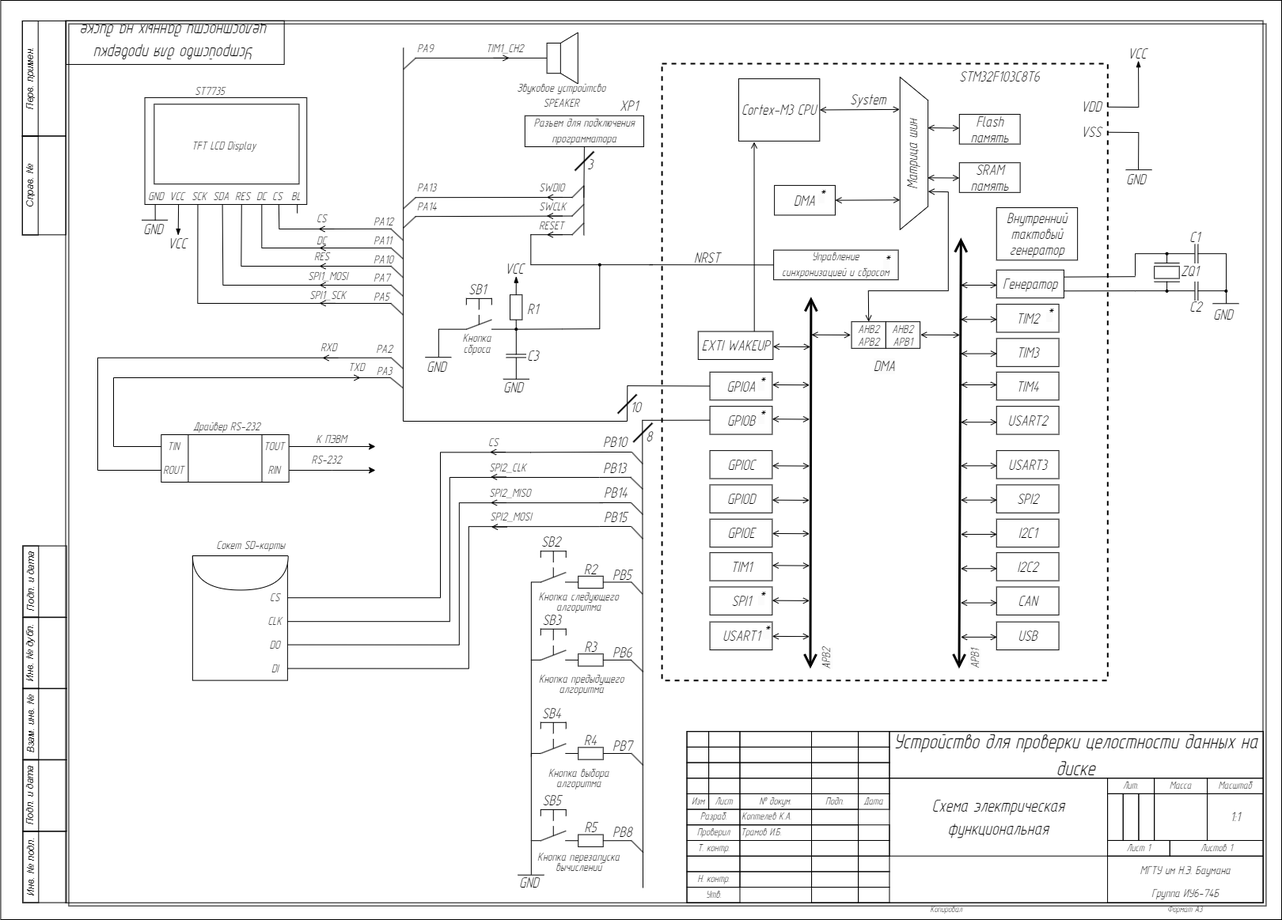
Before: scheme/image/functional_scheme.drawio.png, a diagram exported from draw.io (kiryuha21/KoptelevKA.ICS6-74B.2023). Source tidied: cells renumbered, new cells last; positions are measured from the earlier drawing's top-left corner, leaving out a move shared by most shapes.
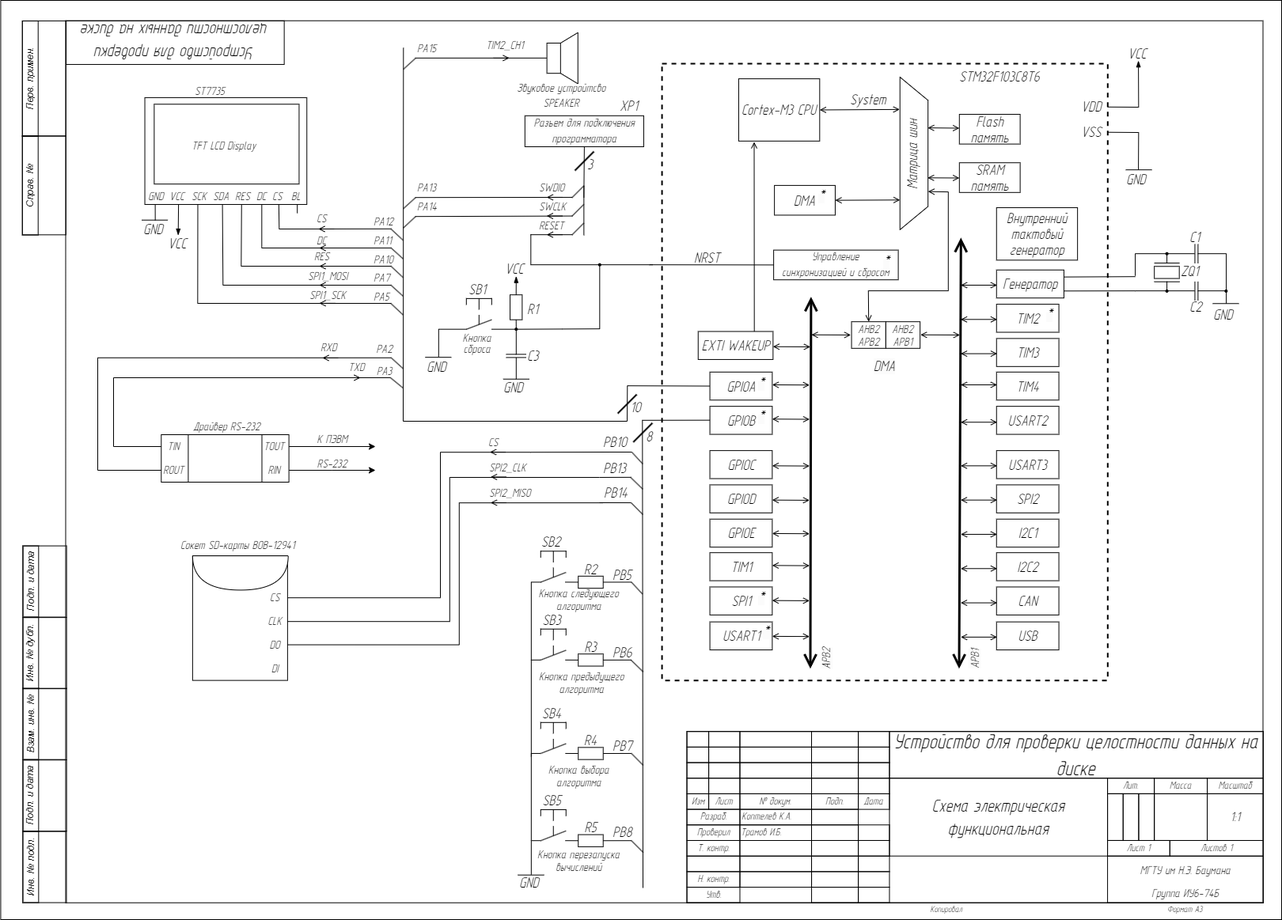
After the change.

Change to the diagram source:
```diff
@@ -432,7 +432,7 @@
         <mxPoint x="559.7" y="73" as="targetPoint" />
       </mxGeometry>
     </mxCell>
-    <mxCell id="120" value="&lt;div style=&quot;text-align: center;&quot;&gt;&lt;font face=&quot;GOSTRUS Type A&quot;&gt;&lt;span style=&quot;font-size: 16px;&quot;&gt;PA9&lt;/span&gt;&lt;/font&gt;&lt;/div&gt;" style="text;whiteSpace=wrap;html=1;fontStyle=2;" parent="1" vertex="1">
+    <mxCell id="120" value="&lt;div style=&quot;text-align: center;&quot;&gt;&lt;font face=&quot;GOSTRUS Type A&quot;&gt;&lt;span style=&quot;font-size: 16px;&quot;&gt;PA15&lt;/span&gt;&lt;/font&gt;&lt;/div&gt;" style="text;whiteSpace=wrap;html=1;fontStyle=2;" parent="1" vertex="1">
       <mxGeometry x="560" y="45.2" width="35.1" height="23.8" as="geometry" />
     </mxCell>
     <mxCell id="121" style="endArrow=open;html=1;rounded=0;endFill=0;fontStyle=2;" parent="1" edge="1">
@@ -441,8 +441,8 @@
         <mxPoint x="678.2" y="72.9" as="targetPoint" />
       </mxGeometry>
     </mxCell>
-    <mxCell id="122" value="&lt;div style=&quot;text-align: center;&quot;&gt;&lt;font size=&quot;1&quot; face=&quot;GOSTRUS Type A&quot;&gt;&lt;span style=&quot;font-size: 16px;&quot;&gt;TIM1_CH2&lt;/span&gt;&lt;/font&gt;&lt;/div&gt;" style="text;whiteSpace=wrap;html=1;fontStyle=2;" parent="1" vertex="1">
-      <mxGeometry x="646.7" y="45.2" width="35.1" height="23.8" as="geometry" />
+    <mxCell id="122" value="&lt;div style=&quot;text-align: center; font-size: 16px;&quot;&gt;&lt;font style=&quot;font-size: 16px;&quot;&gt;&lt;span style=&quot;font-size: 16px;&quot;&gt;TIM2_CH1&lt;/span&gt;&lt;/font&gt;&lt;/div&gt;" style="text;whiteSpace=wrap;html=1;fontStyle=2;fontFamily=GOSTRUS Type A;fontSize=16;verticalAlign=middle;" parent="1" vertex="1">
+      <mxGeometry x="646.7" y="45.2" width="54.9" height="23.8" as="geometry" />
     </mxCell>
     <mxCell id="123" style="endArrow=none;html=1;rounded=0;strokeWidth=2;fontStyle=2;" parent="1" edge="1">
       <mxGeometry relative="1" as="geometry">
@@ -1464,16 +1464,16 @@
     <mxCell id="338" value="&lt;div style=&quot;text-align: center; font-size: 20px;&quot;&gt;&lt;font face=&quot;GOSTRUS Type A&quot; style=&quot;font-size: 20px;&quot;&gt;&lt;span style=&quot;font-size: 20px;&quot;&gt;PB8&lt;/span&gt;&lt;/font&gt;&lt;/div&gt;" style="text;whiteSpace=wrap;html=1;fontStyle=2;fontSize=20;" parent="1" vertex="1">
       <mxGeometry x="807.4" y="1032.5" width="38.3" height="25.9" as="geometry" />
     </mxCell>
-    <mxCell id="339" value="&lt;div style=&quot;line-height: 100%;&quot;&gt;&lt;font face=&quot;GOSTRUS Type A&quot;&gt;&lt;span style=&quot;font-size: 16px;&quot;&gt;Кнопка следующего алгоритма&lt;/span&gt;&lt;/font&gt;&lt;/div&gt;" style="text;whiteSpace=wrap;html=1;align=center;fontStyle=2;" parent="1" vertex="1">
+    <mxCell id="339" value="&lt;div style=&quot;line-height: 100%; font-size: 16px;&quot;&gt;&lt;font style=&quot;font-size: 16px;&quot;&gt;&lt;span style=&quot;font-size: 16px;&quot;&gt;Кнопка следующего алгоритма&lt;/span&gt;&lt;/font&gt;&lt;/div&gt;" style="text;whiteSpace=wrap;html=1;align=center;fontStyle=2;fontFamily=GOSTRUS Type A;fontSize=16;verticalAlign=middle;" parent="1" vertex="1">
       <mxGeometry x="710.5" y="740.7" width="110.2" height="32.3" as="geometry" />
     </mxCell>
-    <mxCell id="340" value="&lt;div style=&quot;line-height: 100%;&quot;&gt;&lt;font face=&quot;GOSTRUS Type A&quot;&gt;&lt;span style=&quot;font-size: 16px;&quot;&gt;Кнопка предыдущего алгоритма&lt;/span&gt;&lt;/font&gt;&lt;/div&gt;" style="text;whiteSpace=wrap;html=1;align=center;fontStyle=2;" parent="1" vertex="1">
+    <mxCell id="340" value="&lt;div style=&quot;line-height: 100%;&quot;&gt;&lt;font face=&quot;GOSTRUS Type A&quot;&gt;&lt;span style=&quot;font-size: 16px;&quot;&gt;Кнопка предыдущего алгоритма&lt;/span&gt;&lt;/font&gt;&lt;/div&gt;" style="text;whiteSpace=wrap;html=1;align=center;fontStyle=2;fontSize=16;fontFamily=GOSTRUS Type A;verticalAlign=middle;" parent="1" vertex="1">
       <mxGeometry x="710.5" y="845.3" width="117" height="34" as="geometry" />
     </mxCell>
-    <mxCell id="341" value="&lt;div style=&quot;line-height: 100%;&quot;&gt;&lt;font face=&quot;GOSTRUS Type A&quot;&gt;&lt;span style=&quot;font-size: 16px;&quot;&gt;Кнопка выбора алгоритма&lt;/span&gt;&lt;/font&gt;&lt;/div&gt;" style="text;whiteSpace=wrap;html=1;align=center;fontStyle=2;" parent="1" vertex="1">
+    <mxCell id="341" value="&lt;div style=&quot;line-height: 100%;&quot;&gt;&lt;font face=&quot;GOSTRUS Type A&quot;&gt;&lt;span style=&quot;font-size: 16px;&quot;&gt;Кнопка выбора алгоритма&lt;/span&gt;&lt;/font&gt;&lt;/div&gt;" style="text;whiteSpace=wrap;html=1;align=center;fontStyle=2;fontSize=16;fontFamily=GOSTRUS Type A;verticalAlign=middle;" parent="1" vertex="1">
       <mxGeometry x="710.5" y="964.2" width="110.2" height="32.3" as="geometry" />
     </mxCell>
-    <mxCell id="342" value="&lt;div style=&quot;line-height: 100%;&quot;&gt;&lt;font face=&quot;GOSTRUS Type A&quot;&gt;&lt;span style=&quot;font-size: 16px;&quot;&gt;Кнопка перезапуска вычислений&lt;/span&gt;&lt;/font&gt;&lt;/div&gt;" style="text;whiteSpace=wrap;html=1;align=center;fontStyle=2;" parent="1" vertex="1">
+    <mxCell id="342" value="&lt;div style=&quot;line-height: 100%;&quot;&gt;&lt;font face=&quot;GOSTRUS Type A&quot;&gt;&lt;span style=&quot;font-size: 16px;&quot;&gt;Кнопка перезапуска вычислений&lt;/span&gt;&lt;/font&gt;&lt;/div&gt;" style="text;whiteSpace=wrap;html=1;align=center;fontStyle=2;fontSize=16;fontFamily=GOSTRUS Type A;verticalAlign=middle;" parent="1" vertex="1">
       <mxGeometry x="710.5" y="1070.5" width="110.2" height="32.3" as="geometry" />
     </mxCell>
     <mxCell id="343" style="endArrow=none;html=1;rounded=0;fontStyle=2;" parent="1" edge="1">
@@ -1683,15 +1683,6 @@
     <mxCell id="386" value="DO" style="text;html=1;strokeColor=none;fillColor=none;align=center;verticalAlign=middle;whiteSpace=wrap;rounded=0;fontStyle=2;fontSize=16;fontFamily=GOSTRUS Type A;" parent="380" vertex="1">
       <mxGeometry x="88.5" y="97.4" width="31.5" height="30" as="geometry" />
     </mxCell>
-    <mxCell id="387" style="edgeStyle=orthogonalEdgeStyle;rounded=0;jettySize=auto;html=1;exitX=1;exitY=0.5;exitDx=0;exitDy=0;fontFamily=Helvetica;fontSize=20;fontColor=default;endArrow=none;endFill=0;" parent="380" edge="1" source="388">
-      <mxGeometry relative="1" as="geometry">
-        <mxPoint x="514.1" y="-37" as="targetPoint" />
-        <Array as="points">
-          <mxPoint x="349" y="142" />
-          <mxPoint x="349" y="-37" />
-        </Array>
-      </mxGeometry>
-    </mxCell>
     <mxCell id="388" value="DI" style="text;html=1;strokeColor=none;fillColor=none;align=center;verticalAlign=middle;whiteSpace=wrap;rounded=0;fontStyle=2;fontSize=16;fontFamily=GOSTRUS Type A;" parent="380" vertex="1">
       <mxGeometry x="88.5" y="127.4" width="31.5" height="30" as="geometry" />
     </mxCell>
@@ -1719,8 +1710,8 @@
     <mxCell id="392" value="Драйвер RS-232" style="text;html=1;strokeColor=none;fillColor=none;align=center;verticalAlign=middle;whiteSpace=wrap;rounded=0;fontStyle=2;fontSize=16;fontFamily=GOSTRUS Type A;" parent="1" vertex="1">
       <mxGeometry x="272.4" y="523.9" width="98.6" height="30" as="geometry" />
     </mxCell>
-    <mxCell id="393" value="Сокет SD-карты" style="text;html=1;strokeColor=none;fillColor=none;align=center;verticalAlign=middle;whiteSpace=wrap;rounded=0;fontStyle=2;fontSize=16;fontFamily=GOSTRUS Type A;" parent="1" vertex="1">
-      <mxGeometry x="301.9" y="673.6" width="98.6" height="30" as="geometry" />
+    <mxCell id="393" value="Сокет SD-карты BOB-12941" style="text;html=1;strokeColor=none;fillColor=none;align=center;verticalAlign=middle;whiteSpace=wrap;rounded=0;fontStyle=2;fontSize=16;fontFamily=GOSTRUS Type A;" parent="1" vertex="1">
+      <mxGeometry x="260.6" y="673.6" width="148.1" height="30" as="geometry" />
     </mxCell>
     <mxCell id="394" style="endArrow=none;html=1;rounded=0;" parent="1" edge="1">
       <mxGeometry relative="1" as="geometry">
@@ -1758,18 +1749,6 @@
         <mxPoint x="832" y="635.1" as="targetPoint" />
       </mxGeometry>
     </mxCell>
-    <mxCell id="400" style="endArrow=none;html=1;rounded=0;" parent="1" edge="1">
-      <mxGeometry relative="1" as="geometry">
-        <mxPoint x="846.9" y="680.7" as="sourcePoint" />
-        <mxPoint x="832" y="665" as="targetPoint" />
-      </mxGeometry>
-    </mxCell>
-    <mxCell id="401" style="endArrow=none;html=1;rounded=0;" parent="1" edge="1">
-      <mxGeometry relative="1" as="geometry">
-        <mxPoint x="792" y="665" as="sourcePoint" />
-        <mxPoint x="831.9" y="665" as="targetPoint" />
-      </mxGeometry>
-    </mxCell>
     <mxCell id="402" value="&lt;div style=&quot;text-align: center; font-size: 20px;&quot;&gt;&lt;font face=&quot;GOSTRUS Type A&quot; style=&quot;font-size: 20px;&quot;&gt;&lt;span style=&quot;font-size: 20px;&quot;&gt;PB10&lt;/span&gt;&lt;/font&gt;&lt;/div&gt;" style="text;whiteSpace=wrap;html=1;fontStyle=2;fontSize=20;verticalAlign=middle;" parent="1" vertex="1">
       <mxGeometry x="794.8" y="549.3" width="37.6" height="17.7" as="geometry" />
     </mxCell>
@@ -1779,12 +1758,6 @@
     <mxCell id="404" value="&lt;div style=&quot;text-align: center; font-size: 20px;&quot;&gt;&lt;font face=&quot;GOSTRUS Type A&quot; style=&quot;font-size: 20px;&quot;&gt;&lt;span style=&quot;font-size: 20px;&quot;&gt;PB14&lt;/span&gt;&lt;/font&gt;&lt;/div&gt;" style="text;whiteSpace=wrap;html=1;fontStyle=2;fontSize=20;verticalAlign=middle;" parent="1" vertex="1">
       <mxGeometry x="796.4" y="614.3" width="31.1" height="15.8" as="geometry" />
     </mxCell>
-    <mxCell id="405" value="&lt;div style=&quot;text-align: center; font-size: 20px;&quot;&gt;&lt;font face=&quot;GOSTRUS Type A&quot; style=&quot;font-size: 20px;&quot;&gt;&lt;span style=&quot;font-size: 20px;&quot;&gt;PB15&lt;/span&gt;&lt;/font&gt;&lt;/div&gt;" style="text;whiteSpace=wrap;html=1;fontStyle=2;fontSize=20;verticalAlign=middle;" parent="1" vertex="1">
-      <mxGeometry x="796.1" y="645" width="35.1" height="15.2" as="geometry" />
-    </mxCell>
-    <mxCell id="406" style="rounded=0;whiteSpace=wrap;html=1;strokeWidth=1;fillColor=none;strokeColor=#000000;fontStyle=2;" parent="1" vertex="1">
-      <mxGeometry x="121.4" y="29.7" width="1513" height="1115" as="geometry" />
-    </mxCell>
     <mxCell id="407" style="endArrow=open;html=1;rounded=0;endFill=0;fontStyle=2;" parent="1" edge="1">
       <mxGeometry relative="1" as="geometry">
         <mxPoint x="673.5" y="571" as="sourcePoint" />
@@ -1812,14 +1785,5 @@
     <mxCell id="412" value="&lt;span style=&quot;color: rgb(0, 0, 0); font-size: 16px; font-style: italic; font-variant-ligatures: normal; font-variant-caps: normal; font-weight: 400; letter-spacing: normal; orphans: 2; text-align: center; text-indent: 0px; text-transform: none; widows: 2; word-spacing: 0px; -webkit-text-stroke-width: 0px; text-decoration-thickness: initial; text-decoration-style: initial; text-decoration-color: initial; float: none; display: inline !important;&quot;&gt;SPI2_MISO&lt;/span&gt;" style="text;whiteSpace=wrap;html=1;verticalAlign=middle;fontFamily=GOSTRUS Type A;fontSize=16;fontStyle=2;labelBackgroundColor=none;" parent="1" vertex="1">
       <mxGeometry x="650.8" y="615.3" width="54.6" height="15.6" as="geometry" />
     </mxCell>
-    <mxCell id="413" style="endArrow=open;html=1;rounded=0;endFill=0;fontStyle=2;" parent="1" edge="1">
-      <mxGeometry relative="1" as="geometry">
-        <mxPoint x="675.4" y="665.6" as="sourcePoint" />
-        <mxPoint x="655.4" y="665.6" as="targetPoint" />
-      </mxGeometry>
-    </mxCell>
-    <mxCell id="414" value="&lt;span style=&quot;color: rgb(0, 0, 0); font-size: 16px; font-style: italic; font-variant-ligatures: normal; font-variant-caps: normal; font-weight: 400; letter-spacing: normal; orphans: 2; text-align: center; text-indent: 0px; text-transform: none; widows: 2; word-spacing: 0px; -webkit-text-stroke-width: 0px; text-decoration-thickness: initial; text-decoration-style: initial; text-decoration-color: initial; float: none; display: inline !important;&quot;&gt;SPI2_MOSI&lt;/span&gt;" style="text;whiteSpace=wrap;html=1;verticalAlign=middle;fontFamily=GOSTRUS Type A;fontSize=16;fontStyle=2;labelBackgroundColor=none;" parent="1" vertex="1">
-      <mxGeometry x="651.8" y="645" width="54.6" height="15.6" as="geometry" />
-    </mxCell>
   </root>
 </mxGraphModel>
```
